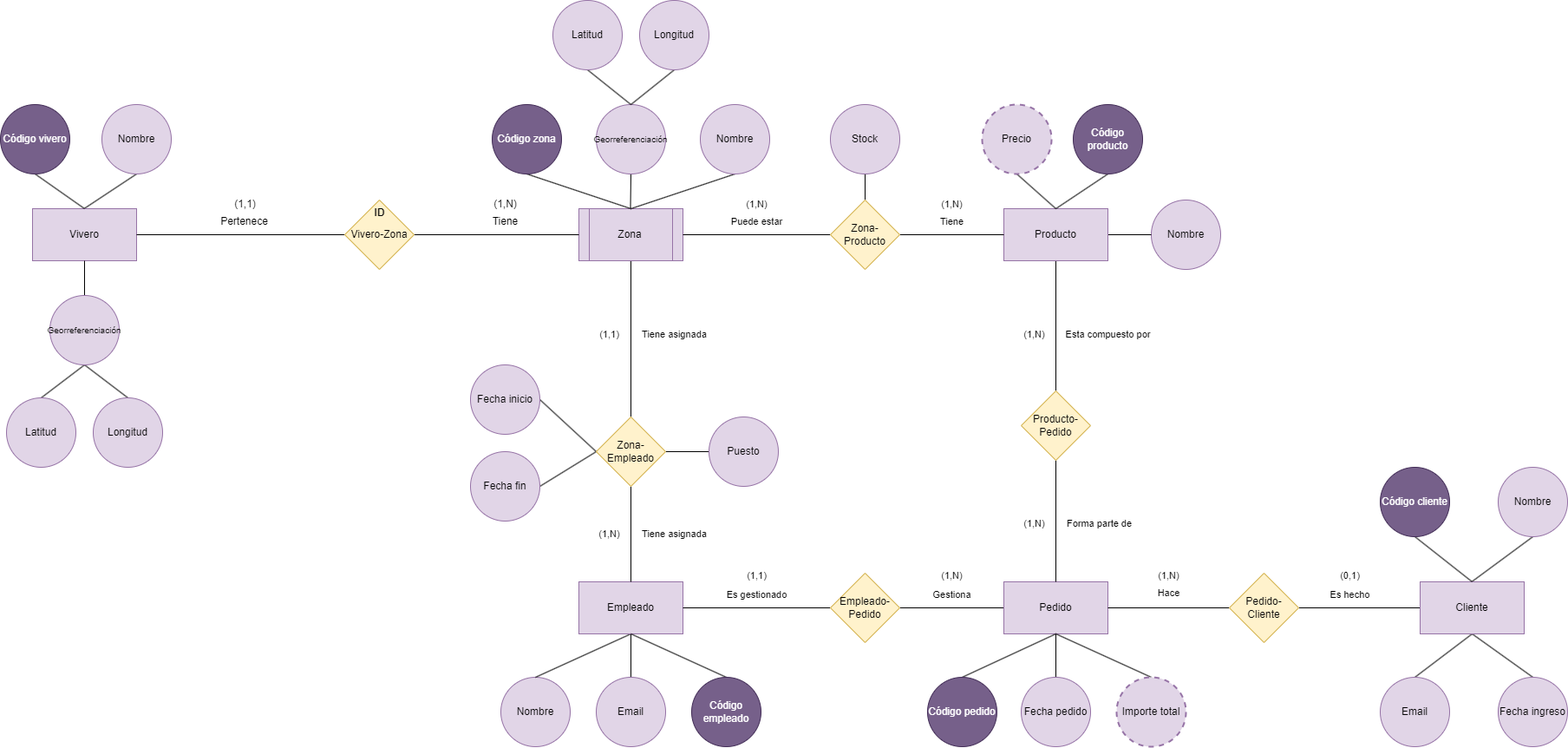
This is P2ADBD.drawio.png from Nestor-DF/ADBD-2024-2025-Practica02-PE, a draw.io export, as it was before one commit. Source tidied: cells renumbered, new cells last; positions are measured from the earlier drawing's top-left corner, leaving out a move shared by most shapes.
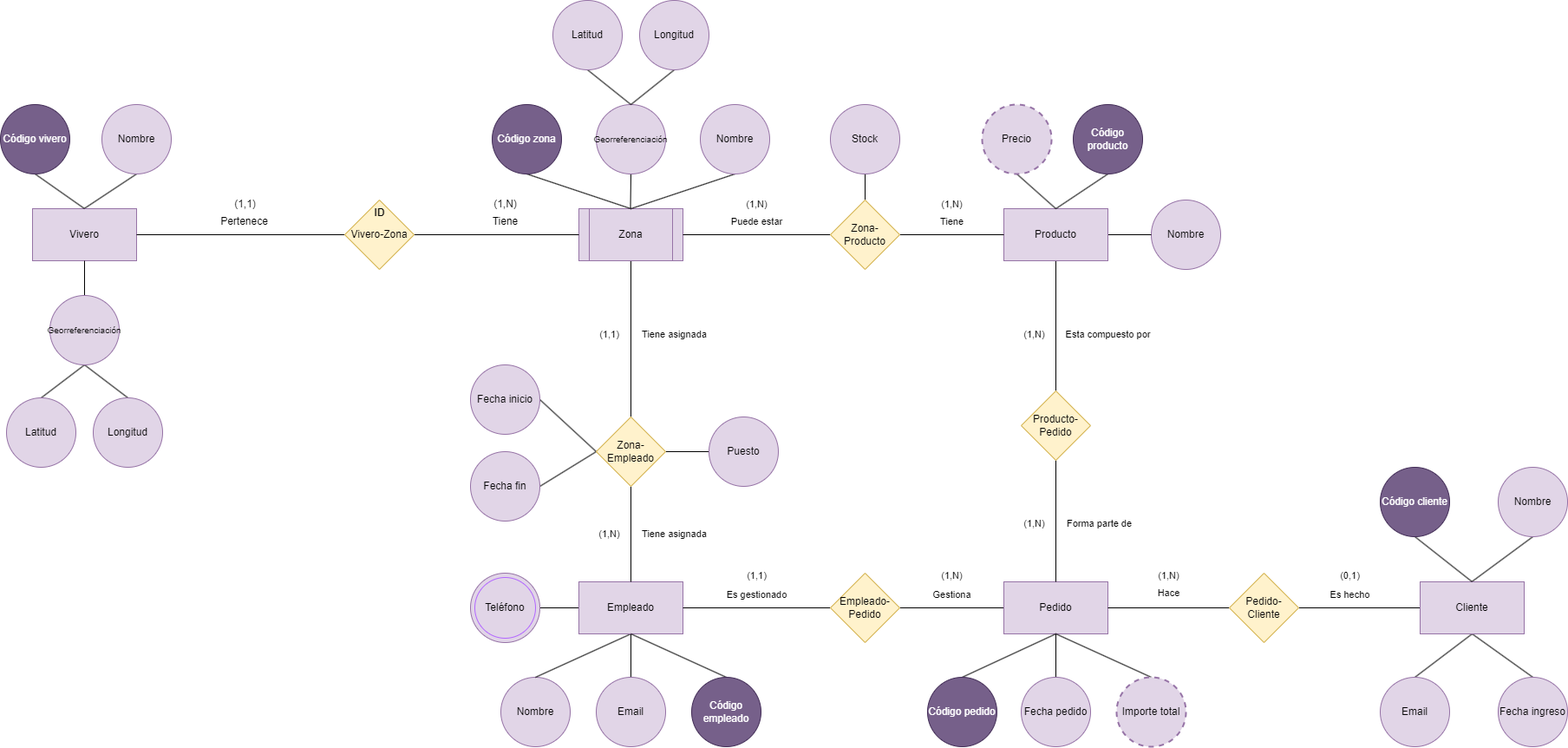
The same diagram one commit later.

Diff of the diagram source:
```diff
@@ -146,6 +146,9 @@
     <mxCell id="45" style="edgeStyle=none;rounded=0;jettySize=auto;html=1;exitX=0.5;exitY=1;exitDx=0;exitDy=0;entryX=0.5;entryY=0;entryDx=0;entryDy=0;endArrow=none;endFill=0;" parent="1" edge="1" source="46" target="104">
       <mxGeometry relative="1" as="geometry" />
     </mxCell>
+    <mxCell id="105" style="edgeStyle=orthogonalEdgeStyle;rounded=0;jettySize=auto;html=1;exitX=0;exitY=0.5;exitDx=0;exitDy=0;entryX=1;entryY=0.5;entryDx=0;entryDy=0;endArrow=none;endFill=0;" parent="1" edge="1" source="46" target="106">
+      <mxGeometry relative="1" as="geometry" />
+    </mxCell>
     <mxCell id="46" value="Empleado" style="rounded=0;whiteSpace=wrap;html=1;fillColor=#e1d5e7;strokeColor=#9673a6;" parent="1" vertex="1">
       <mxGeometry x="667" y="670" width="120" height="60" as="geometry" />
     </mxCell>
@@ -325,5 +328,11 @@
     <mxCell id="104" value="Email" style="ellipse;whiteSpace=wrap;html=1;fillColor=#e1d5e7;strokeColor=#9673a6;" parent="1" vertex="1">
       <mxGeometry x="687" y="780" width="80" height="80" as="geometry" />
     </mxCell>
+    <mxCell id="106" value="Teléfono" style="ellipse;whiteSpace=wrap;html=1;fillColor=#e1d5e7;strokeColor=#9673a6;" parent="1" vertex="1">
+      <mxGeometry x="542" y="660" width="80" height="80" as="geometry" />
+    </mxCell>
+    <mxCell id="107" style="ellipse;whiteSpace=wrap;html=1;fillColor=none;strokeColor=#B266FF;" parent="1" vertex="1">
+      <mxGeometry x="547" y="665" width="70" height="70" as="geometry" />
+    </mxCell>
   </root>
 </mxGraphModel>
```
